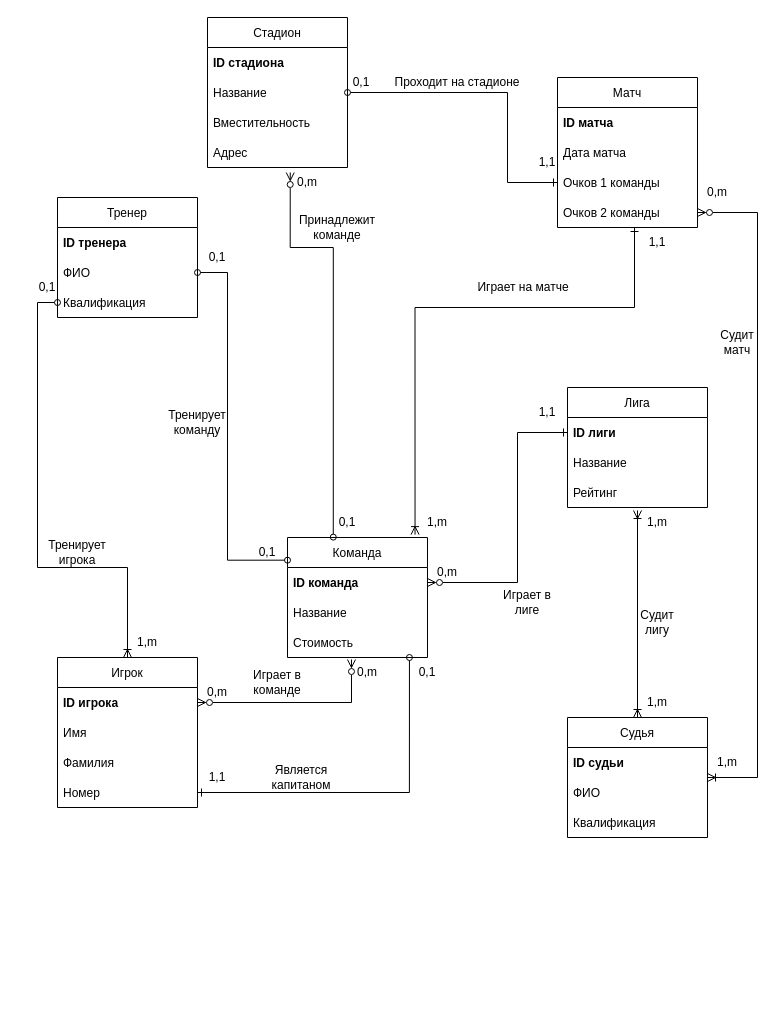
This is Basketball/Untitled Diagram.drawio from netos23/Construction, a draw.io file, before an edit. Source tidied: cells renumbered, new cells numbered last; positions are measured from the earlier drawing's top-left corner, leaving out a move shared by most shapes. Both pictures are drawn from the tidied source at 100%, with x=0, y=0 at pixel (17, 17).
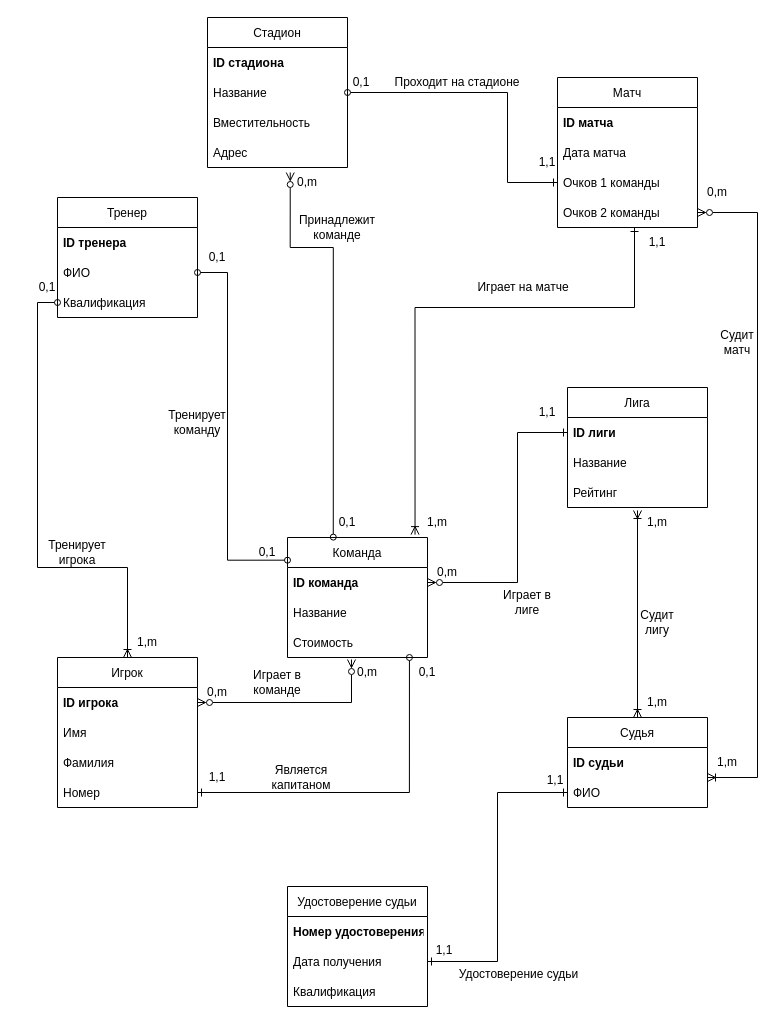
After the change.

Commit message:
add one to one link

Unchanged cells that the change refers to:
```xml
<mxCell id="39" value="ФИО" style="text;strokeColor=none;fillColor=none;align=left;verticalAlign=middle;spacingLeft=4;spacingRight=4;overflow=hidden;points=[[0,0.5],[1,0.5]];portConstraint=eastwest;" parent="37" vertex="1">
  <mxGeometry y="60" width="140" height="30" as="geometry" />
</mxCell>
```

What changed in the source:
```diff
@@
     <mxCell id="37" value="Судья" style="swimlane;fontStyle=0;horizontal=1;startSize=30;" parent="1" vertex="1">
-      <mxGeometry x="550" y="700" width="140" height="120" as="geometry" />
+      <mxGeometry x="550" y="700" width="140" height="90" as="geometry" />
     </mxCell>
@@
-    <mxCell id="40" value="Квалификация" style="text;strokeColor=none;fillColor=none;align=left;verticalAlign=middle;spacingLeft=4;spacingRight=4;overflow=hidden;" parent="37" vertex="1">
-      <mxGeometry y="90" width="140" height="30" as="geometry" />
-    </mxCell>
@@
+    <mxCell id="73" value="Удостоверение судьи" style="swimlane;fontStyle=0;horizontal=1;startSize=30;" parent="1" vertex="1">
+      <mxGeometry x="270" y="869" width="140" height="120" as="geometry" />
+    </mxCell>
+    <mxCell id="74" value="Номер удостоверения" style="text;strokeColor=none;fillColor=none;align=left;verticalAlign=middle;spacingLeft=4;spacingRight=4;overflow=hidden;fontStyle=1;" parent="73" vertex="1">
+      <mxGeometry y="30" width="140" height="30" as="geometry" />
+    </mxCell>
+    <mxCell id="75" value="Дата получения" style="text;strokeColor=none;fillColor=none;align=left;verticalAlign=middle;spacingLeft=4;spacingRight=4;overflow=hidden;points=[[0,0.5],[1,0.5]];portConstraint=eastwest;" parent="73" vertex="1">
+      <mxGeometry y="60" width="140" height="30" as="geometry" />
+    </mxCell>
+    <mxCell id="40" value="Квалификация" style="text;strokeColor=none;fillColor=none;align=left;verticalAlign=middle;spacingLeft=4;spacingRight=4;overflow=hidden;" parent="73" vertex="1">
+      <mxGeometry y="90" width="140" height="30" as="geometry" />
+    </mxCell>
+    <mxCell id="76" style="edgeStyle=orthogonalEdgeStyle;rounded=0;jettySize=auto;html=1;entryX=0;entryY=0.5;entryDx=0;entryDy=0;startArrow=ERone;startFill=0;endArrow=ERone;endFill=0;" parent="1" edge="1" source="75" target="39">
+      <mxGeometry relative="1" as="geometry" />
+    </mxCell>
+    <mxCell id="77" value="Удостоверение судьи" style="text;html=1;strokeColor=none;fillColor=none;align=center;verticalAlign=middle;whiteSpace=wrap;rounded=0;" parent="1" vertex="1">
+      <mxGeometry x="435" y="942" width="133" height="30" as="geometry" />
+    </mxCell>
+    <mxCell id="78" value="1,1" style="text;html=1;strokeColor=none;fillColor=none;align=center;verticalAlign=middle;whiteSpace=wrap;rounded=0;" parent="1" vertex="1">
+      <mxGeometry x="397" y="918" width="60" height="30" as="geometry" />
+    </mxCell>
+    <mxCell id="79" value="1,1" style="text;html=1;strokeColor=none;fillColor=none;align=center;verticalAlign=middle;whiteSpace=wrap;rounded=0;" parent="1" vertex="1">
+      <mxGeometry x="508" y="748" width="60" height="30" as="geometry" />
+    </mxCell>
```
